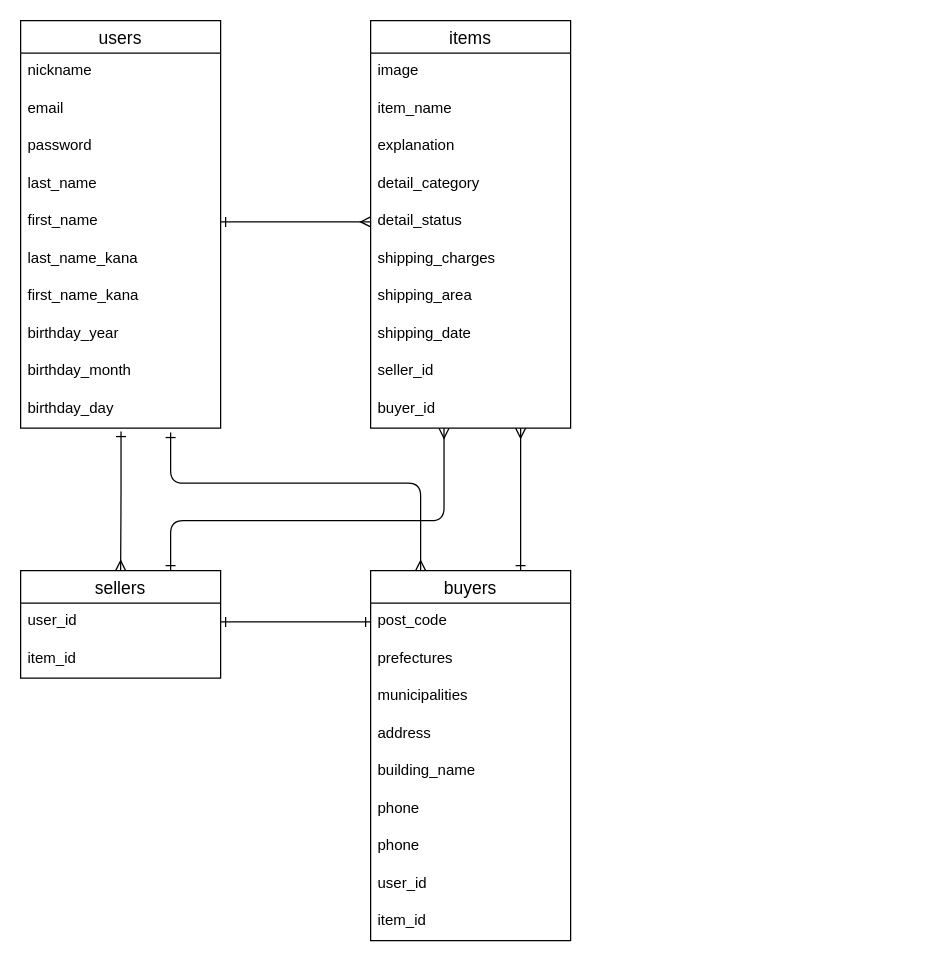
rily53/furima-37507 keeps this draw.io diagram as ER2.dio. Above is the earlier version. Source tidied: cells renumbered, new cells numbered last; positions are measured from the earlier drawing's top-left corner, leaving out a move shared by most shapes. Both pictures are drawn from the tidied source at 125%, with x=0, y=0 at pixel (20, 20).
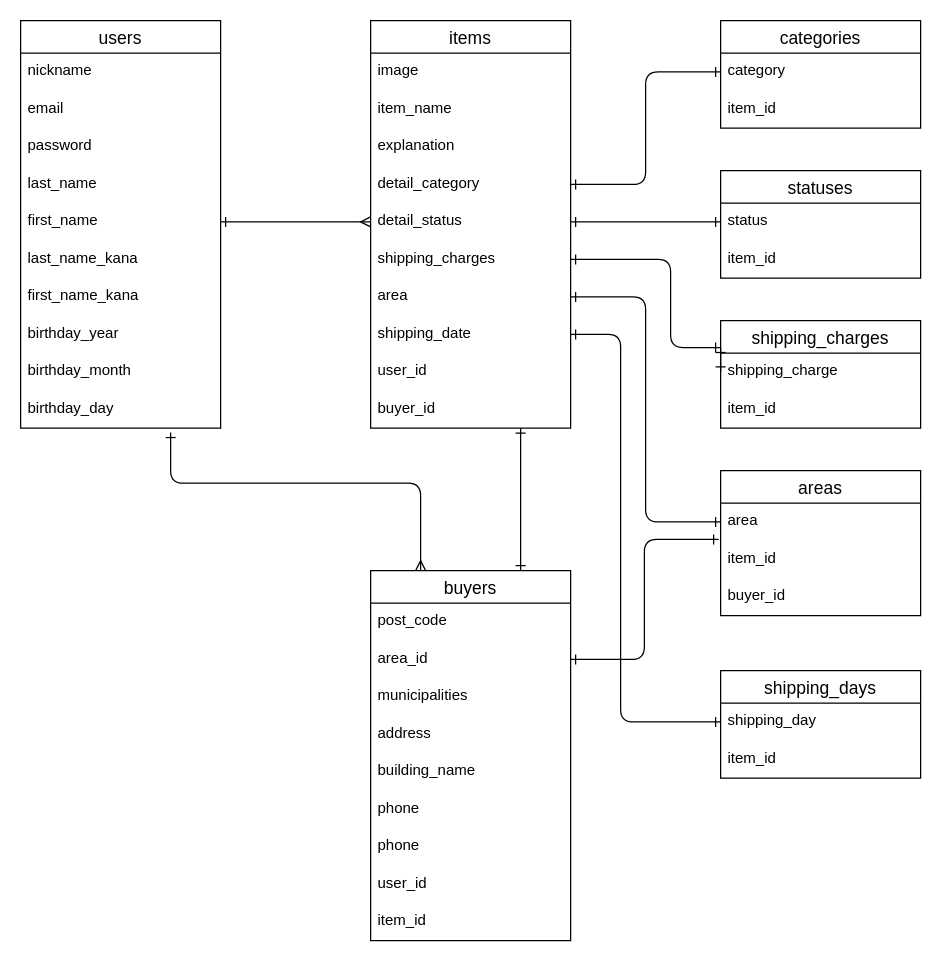
The same diagram, later.

The change refers to these unchanged cells:
```xml
<mxCell id="12" value="birthday_day" style="text;strokeColor=none;fillColor=none;spacingLeft=4;spacingRight=4;overflow=hidden;points=[[0,0.5],[1,0.5]];portConstraint=eastwest;fontSize=12;" parent="2" vertex="1">
  <mxGeometry y="296" width="160" height="30" as="geometry" />
</mxCell>
<mxCell id="13" value="items" style="swimlane;fontStyle=0;horizontal=1;startSize=26;align=center;fontSize=14;" parent="1" vertex="1">
  <mxGeometry x="280" width="160" height="326" as="geometry" />
</mxCell>
<mxCell id="17" value="detail_category" style="text;strokeColor=none;fillColor=none;spacingLeft=4;spacingRight=4;overflow=hidden;points=[[0,0.5],[1,0.5]];portConstraint=eastwest;fontSize=12;" parent="13" vertex="1">
  <mxGeometry y="116" width="160" height="30" as="geometry" />
</mxCell>
<mxCell id="18" value="detail_status" style="text;strokeColor=none;fillColor=none;spacingLeft=4;spacingRight=4;overflow=hidden;points=[[0,0.5],[1,0.5]];portConstraint=eastwest;fontSize=12;" parent="13" vertex="1">
  <mxGeometry y="146" width="160" height="30" as="geometry" />
</mxCell>
<mxCell id="19" value="shipping_charges" style="text;strokeColor=none;fillColor=none;spacingLeft=4;spacingRight=4;overflow=hidden;points=[[0,0.5],[1,0.5]];portConstraint=eastwest;fontSize=12;" parent="13" vertex="1">
  <mxGeometry y="176" width="160" height="30" as="geometry" />
</mxCell>
<mxCell id="21" value="shipping_date" style="text;strokeColor=none;fillColor=none;spacingLeft=4;spacingRight=4;overflow=hidden;points=[[0,0.5],[1,0.5]];portConstraint=eastwest;fontSize=12;" parent="13" vertex="1">
  <mxGeometry y="236" width="160" height="30" as="geometry" />
</mxCell>
<mxCell id="23" value="buyer_id" style="text;strokeColor=none;fillColor=none;spacingLeft=4;spacingRight=4;overflow=hidden;points=[[0,0.5],[1,0.5]];portConstraint=eastwest;fontSize=12;" parent="13" vertex="1">
  <mxGeometry y="296" width="160" height="30" as="geometry" />
</mxCell>
<mxCell id="29" value="buyers" style="swimlane;fontStyle=0;horizontal=1;startSize=26;align=center;fontSize=14;" parent="1" vertex="1">
  <mxGeometry x="280" y="440" width="160" height="296" as="geometry" />
</mxCell>
<mxCell id="30" value="post_code" style="text;strokeColor=none;fillColor=none;spacingLeft=4;spacingRight=4;overflow=hidden;points=[[0,0.5],[1,0.5]];portConstraint=eastwest;fontSize=12;" parent="29" vertex="1">
  <mxGeometry y="26" width="160" height="30" as="geometry" />
</mxCell>
```

Change to the diagram source:
```diff
@@
-    <mxCell id="20" value="shipping_area" style="text;strokeColor=none;fillColor=none;spacingLeft=4;spacingRight=4;overflow=hidden;points=[[0,0.5],[1,0.5]];portConstraint=eastwest;fontSize=12;" parent="13" vertex="1">
+    <mxCell id="20" value="area" style="text;strokeColor=none;fillColor=none;spacingLeft=4;spacingRight=4;overflow=hidden;points=[[0,0.5],[1,0.5]];portConstraint=eastwest;fontSize=12;" parent="13" vertex="1">
       <mxGeometry y="206" width="160" height="30" as="geometry" />
     </mxCell>
@@
-    <mxCell id="22" value="seller_id" style="text;strokeColor=none;fillColor=none;spacingLeft=4;spacingRight=4;overflow=hidden;fontSize=12;" parent="13" vertex="1">
+    <mxCell id="22" value="user_id" style="text;strokeColor=none;fillColor=none;spacingLeft=4;spacingRight=4;overflow=hidden;fontSize=12;" parent="13" vertex="1">
       <mxGeometry y="266" width="160" height="30" as="geometry" />
     </mxCell>
@@
-    <mxCell id="24" style="edgeStyle=elbowEdgeStyle;elbow=vertical;html=1;exitX=0.75;exitY=0;exitDx=0;exitDy=0;entryX=0.367;entryY=1.005;entryDx=0;entryDy=0;entryPerimeter=0;startArrow=ERone;startFill=0;endArrow=ERmany;endFill=0;strokeWidth=1;" parent="1" edge="1" source="25" target="23">
-      <mxGeometry relative="1" as="geometry">
-        <Array as="points">
-          <mxPoint x="220" y="400" />
-        </Array>
-      </mxGeometry>
-    </mxCell>
-    <mxCell id="25" value="sellers" style="swimlane;fontStyle=0;horizontal=1;startSize=26;align=center;fontSize=14;" parent="1" vertex="1">
-      <mxGeometry y="440" width="160" height="86" as="geometry" />
-    </mxCell>
-    <mxCell id="26" value="user_id" style="text;strokeColor=none;fillColor=none;spacingLeft=4;spacingRight=4;overflow=hidden;points=[[0,0.5],[1,0.5]];portConstraint=eastwest;fontSize=12;" parent="25" vertex="1">
-      <mxGeometry y="26" width="160" height="30" as="geometry" />
-    </mxCell>
-    <mxCell id="27" value="item_id" style="text;strokeColor=none;fillColor=none;spacingLeft=4;spacingRight=4;overflow=hidden;fontSize=12;" parent="25" vertex="1">
-      <mxGeometry y="56" width="160" height="30" as="geometry" />
-    </mxCell>
-    <mxCell id="28" style="edgeStyle=elbowEdgeStyle;elbow=vertical;html=1;exitX=0.75;exitY=0;exitDx=0;exitDy=0;entryX=0.75;entryY=1;entryDx=0;entryDy=0;startArrow=ERone;startFill=0;endArrow=ERmany;endFill=0;strokeWidth=1;" parent="1" edge="1" source="29" target="13">
+    <mxCell id="28" style="edgeStyle=elbowEdgeStyle;elbow=vertical;html=1;exitX=0.75;exitY=0;exitDx=0;exitDy=0;entryX=0.75;entryY=1;entryDx=0;entryDy=0;startArrow=ERone;startFill=0;endArrow=ERone;endFill=0;strokeWidth=1;" parent="1" edge="1" source="29" target="13">
       <mxGeometry relative="1" as="geometry" />
     </mxCell>
@@
-    <mxCell id="31" value="prefectures" style="text;strokeColor=none;fillColor=none;spacingLeft=4;spacingRight=4;overflow=hidden;points=[[0,0.5],[1,0.5]];portConstraint=eastwest;fontSize=12;" parent="29" vertex="1">
+    <mxCell id="31" value="area_id" style="text;strokeColor=none;fillColor=none;spacingLeft=4;spacingRight=4;overflow=hidden;points=[[0,0.5],[1,0.5]];portConstraint=eastwest;fontSize=12;" parent="29" vertex="1">
       <mxGeometry y="56" width="160" height="30" as="geometry" />
     </mxCell>
@@
-    <mxCell id="40" style="elbow=vertical;html=1;exitX=0.502;exitY=1.092;exitDx=0;exitDy=0;startArrow=ERone;startFill=0;endArrow=ERmany;endFill=0;strokeWidth=1;exitPerimeter=0;edgeStyle=elbowEdgeStyle;" parent="1" edge="1" source="12" target="25">
-      <mxGeometry relative="1" as="geometry" />
-    </mxCell>
@@
-    <mxCell id="42" style="edgeStyle=none;html=1;exitX=1;exitY=0.5;exitDx=0;exitDy=0;entryX=0;entryY=0.5;entryDx=0;entryDy=0;endArrow=ERone;endFill=0;startArrow=ERone;startFill=0;" parent="1" edge="1" source="26" target="30">
-      <mxGeometry relative="1" as="geometry" />
-    </mxCell>
+    <mxCell id="43" value="categories" style="swimlane;fontStyle=0;horizontal=1;startSize=26;align=center;fontSize=14;" parent="1" vertex="1">
+      <mxGeometry x="560" width="160" height="86" as="geometry" />
+    </mxCell>
+    <mxCell id="44" value="category" style="text;strokeColor=none;fillColor=none;spacingLeft=4;spacingRight=4;overflow=hidden;points=[[0,0.5],[1,0.5]];portConstraint=eastwest;fontSize=12;" parent="43" vertex="1">
+      <mxGeometry y="26" width="160" height="30" as="geometry" />
+    </mxCell>
+    <mxCell id="45" value="item_id" style="text;strokeColor=none;fillColor=none;spacingLeft=4;spacingRight=4;overflow=hidden;fontSize=12;" parent="43" vertex="1">
+      <mxGeometry y="56" width="160" height="30" as="geometry" />
+    </mxCell>
+    <mxCell id="46" value="statuses" style="swimlane;fontStyle=0;horizontal=1;startSize=26;align=center;fontSize=14;" parent="1" vertex="1">
+      <mxGeometry x="560" y="120" width="160" height="86" as="geometry" />
+    </mxCell>
+    <mxCell id="47" value="status" style="text;strokeColor=none;fillColor=none;spacingLeft=4;spacingRight=4;overflow=hidden;points=[[0,0.5],[1,0.5]];portConstraint=eastwest;fontSize=12;" parent="46" vertex="1">
+      <mxGeometry y="26" width="160" height="30" as="geometry" />
+    </mxCell>
+    <mxCell id="48" value="item_id" style="text;strokeColor=none;fillColor=none;spacingLeft=4;spacingRight=4;overflow=hidden;fontSize=12;" parent="46" vertex="1">
+      <mxGeometry y="56" width="160" height="30" as="geometry" />
+    </mxCell>
+    <mxCell id="49" value="shipping_charges" style="swimlane;fontStyle=0;horizontal=1;startSize=26;align=center;fontSize=14;" parent="1" vertex="1">
+      <mxGeometry x="560" y="240" width="160" height="86" as="geometry" />
+    </mxCell>
+    <mxCell id="50" value="shipping_charge" style="text;strokeColor=none;fillColor=none;spacingLeft=4;spacingRight=4;overflow=hidden;points=[[0,0.5],[1,0.5]];portConstraint=eastwest;fontSize=12;" parent="49" vertex="1">
+      <mxGeometry y="26" width="160" height="30" as="geometry" />
+    </mxCell>
+    <mxCell id="51" value="item_id" style="text;strokeColor=none;fillColor=none;spacingLeft=4;spacingRight=4;overflow=hidden;fontSize=12;" parent="49" vertex="1">
+      <mxGeometry y="56" width="160" height="30" as="geometry" />
+    </mxCell>
+    <mxCell id="52" style="edgeStyle=elbowEdgeStyle;html=1;exitX=0;exitY=0.25;exitDx=0;exitDy=0;entryX=0;entryY=0.5;entryDx=0;entryDy=0;startArrow=ERone;startFill=0;endArrow=ERone;endFill=0;" parent="49" edge="1" source="49" target="50">
+      <mxGeometry relative="1" as="geometry" />
+    </mxCell>
+    <mxCell id="53" value="areas" style="swimlane;fontStyle=0;horizontal=1;startSize=26;align=center;fontSize=14;" parent="1" vertex="1">
+      <mxGeometry x="560" y="360" width="160" height="116" as="geometry" />
+    </mxCell>
+    <mxCell id="54" value="area" style="text;strokeColor=none;fillColor=none;spacingLeft=4;spacingRight=4;overflow=hidden;points=[[0,0.5],[1,0.5]];portConstraint=eastwest;fontSize=12;" parent="53" vertex="1">
+      <mxGeometry y="26" width="160" height="30" as="geometry" />
+    </mxCell>
+    <mxCell id="55" value="item_id" style="text;strokeColor=none;fillColor=none;spacingLeft=4;spacingRight=4;overflow=hidden;fontSize=12;" parent="53" vertex="1">
+      <mxGeometry y="56" width="160" height="30" as="geometry" />
+    </mxCell>
+    <mxCell id="56" value="buyer_id" style="text;strokeColor=none;fillColor=none;spacingLeft=4;spacingRight=4;overflow=hidden;fontSize=12;" parent="53" vertex="1">
+      <mxGeometry y="86" width="160" height="30" as="geometry" />
+    </mxCell>
+    <mxCell id="57" value="shipping_days" style="swimlane;fontStyle=0;horizontal=1;startSize=26;align=center;fontSize=14;" parent="1" vertex="1">
+      <mxGeometry x="560" y="520" width="160" height="86" as="geometry" />
+    </mxCell>
+    <mxCell id="58" value="shipping_day" style="text;strokeColor=none;fillColor=none;spacingLeft=4;spacingRight=4;overflow=hidden;points=[[0,0.5],[1,0.5]];portConstraint=eastwest;fontSize=12;" parent="57" vertex="1">
+      <mxGeometry y="26" width="160" height="30" as="geometry" />
+    </mxCell>
+    <mxCell id="59" value="item_id" style="text;strokeColor=none;fillColor=none;spacingLeft=4;spacingRight=4;overflow=hidden;fontSize=12;" parent="57" vertex="1">
+      <mxGeometry y="56" width="160" height="30" as="geometry" />
+    </mxCell>
+    <mxCell id="60" style="edgeStyle=elbowEdgeStyle;html=1;exitX=1;exitY=0.5;exitDx=0;exitDy=0;entryX=0;entryY=0.5;entryDx=0;entryDy=0;startArrow=ERone;startFill=0;endArrow=ERone;endFill=0;" parent="1" edge="1" source="17" target="44">
+      <mxGeometry relative="1" as="geometry" />
+    </mxCell>
+    <mxCell id="61" style="edgeStyle=elbowEdgeStyle;html=1;exitX=1;exitY=0.5;exitDx=0;exitDy=0;entryX=0;entryY=0.25;entryDx=0;entryDy=0;startArrow=ERone;startFill=0;endArrow=ERone;endFill=0;" parent="1" edge="1" source="19" target="49">
+      <mxGeometry relative="1" as="geometry">
+        <Array as="points">
+          <mxPoint x="520" y="220" />
+          <mxPoint x="530" y="210" />
+        </Array>
+      </mxGeometry>
+    </mxCell>
+    <mxCell id="62" style="edgeStyle=elbowEdgeStyle;html=1;exitX=1;exitY=0.5;exitDx=0;exitDy=0;entryX=0;entryY=0.5;entryDx=0;entryDy=0;startArrow=ERone;startFill=0;endArrow=ERone;endFill=0;" parent="1" edge="1" source="18" target="47">
+      <mxGeometry relative="1" as="geometry" />
+    </mxCell>
+    <mxCell id="63" style="edgeStyle=elbowEdgeStyle;html=1;exitX=1;exitY=0.5;exitDx=0;exitDy=0;entryX=0;entryY=0.5;entryDx=0;entryDy=0;startArrow=ERone;startFill=0;endArrow=ERone;endFill=0;" parent="1" edge="1" source="20" target="54">
+      <mxGeometry relative="1" as="geometry" />
+    </mxCell>
+    <mxCell id="64" style="edgeStyle=elbowEdgeStyle;html=1;exitX=1;exitY=0.5;exitDx=0;exitDy=0;entryX=0;entryY=0.5;entryDx=0;entryDy=0;startArrow=ERone;startFill=0;endArrow=ERone;endFill=0;" parent="1" edge="1" source="21" target="58">
+      <mxGeometry relative="1" as="geometry">
+        <Array as="points">
+          <mxPoint x="480" y="440" />
+        </Array>
+      </mxGeometry>
+    </mxCell>
+    <mxCell id="65" style="edgeStyle=elbowEdgeStyle;html=1;exitX=1;exitY=0.5;exitDx=0;exitDy=0;entryX=-0.01;entryY=0.967;entryDx=0;entryDy=0;entryPerimeter=0;startArrow=ERone;startFill=0;endArrow=ERone;endFill=0;" parent="1" edge="1" source="31" target="54">
+      <mxGeometry relative="1" as="geometry" />
+    </mxCell>
```
